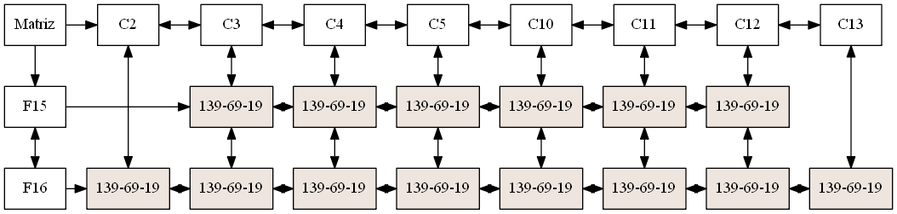
Eduardo01004/EDD_2S2019_PY1_201612124 keeps this Graphviz diagram as Proyecto1/Matriz.png. Above is the earlier version. Its source is kept beside it as Proyecto1/Matriz.dot.
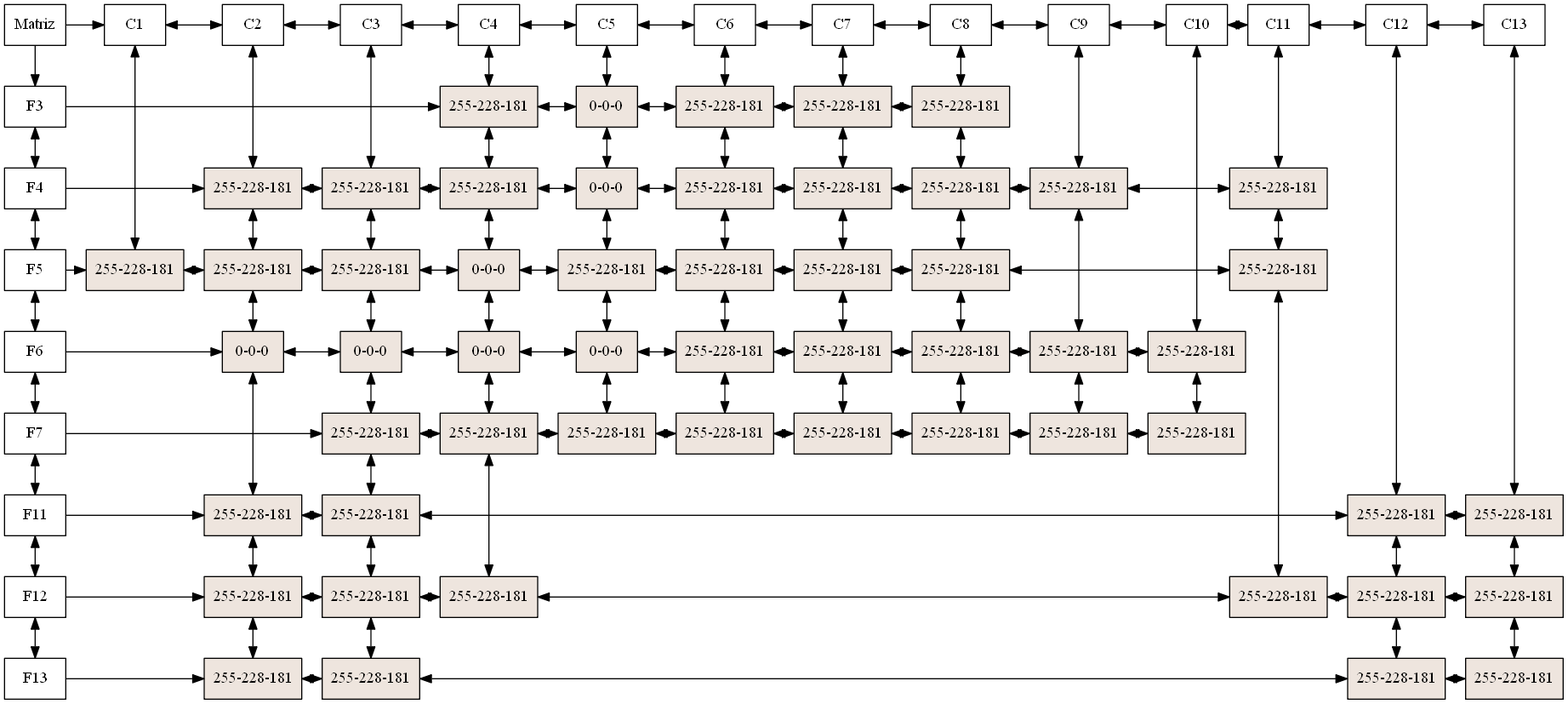
After the change.

What changed in the source:
```diff
@@ -1,69 +1,217 @@
 digraph G{
 node [shape = box]
 raiz[label="Matriz"  group=1];
-12571472 [label="F15" group = 1];
-12571632 [label="F16" group = 1];
-12571472->12571632[dir=both];
-12571504 [label="C2" group = 4];
-12571120 [label="C3" group = 5];
-12571696 [label="C4" group = 6];
-12571248 [label="C5" group = 7];
-12571280 [label="C10" group = 12];
-12571408 [label="C11" group = 13];
-12571440 [label="C12" group = 14];
-12571568 [label="C13" group = 15];
-12571504->12571120[dir=both];
-12571120->12571696[dir=both];
-12571696->12571248[dir=both];
-12571248->12571280[dir=both];
-12571280->12571408[dir=both];
-12571408->12571440[dir=both];
-12571440->12571568[dir=both];
-raiz -> 12571472;
-raiz -> 12571504;
-{ rank  = same; raiz 12571504; 12571120; 12571696; 12571248; 12571280; 12571408; 12571440; 12571568; }
-12574288 [style=filled,fillcolor=seashell2,label= "139-69-19" group = 4 ];
-12574680 [style=filled,fillcolor=seashell2,label= "139-69-19" group = 5 ];
-12575464 [style=filled,fillcolor=seashell2,label= "139-69-19" group = 5 ];
-12574400 [style=filled,fillcolor=seashell2,label= "139-69-19" group = 6 ];
-12575688 [style=filled,fillcolor=seashell2,label= "139-69-19" group = 6 ];
-12574120 [style=filled,fillcolor=seashell2,label= "139-69-19" group = 7 ];
-12575296 [style=filled,fillcolor=seashell2,label= "139-69-19" group = 7 ];
-12574624 [style=filled,fillcolor=seashell2,label= "139-69-19" group = 12 ];
-12574960 [style=filled,fillcolor=seashell2,label= "139-69-19" group = 12 ];
-12574232 [style=filled,fillcolor=seashell2,label= "139-69-19" group = 13 ];
-12574848 [style=filled,fillcolor=seashell2,label= "139-69-19" group = 13 ];
-12574736 [style=filled,fillcolor=seashell2,label= "139-69-19" group = 14 ];
-12574512 [style=filled,fillcolor=seashell2,label= "139-69-19" group = 14 ];
-12575016 [style=filled,fillcolor=seashell2,label= "139-69-19" group = 15 ];
-12571472->12574680;
-12574680->12574400[dir=both];
-12574400->12574120[dir=both];
-12574120->12574624[dir=both];
-12574624->12574232[dir=both];
-12574232->12574736[dir=both];
-{ rank = same; 12571472; 12574680; 12574400; 12574120; 12574624; 12574232; 12574736; }
-12571632->12574288;
-12574288->12575464[dir=both];
-12575464->12575688[dir=both];
-12575688->12575296[dir=both];
-12575296->12574960[dir=both];
-12574960->12574848[dir=both];
-12574848->12574512[dir=both];
-12574512->12575016[dir=both];
-{ rank = same; 12571632; 12574288; 12575464; 12575688; 12575296; 12574960; 12574848; 12574512; 12575016; }
-12571504->12574288[dir=both];
-12571120->12574680[dir=both];
-12574680->12575464[dir=both];
-12571696->12574400[dir=both];
-12574400->12575688[dir=both];
-12571248->12574120[dir=both];
-12574120->12575296[dir=both];
-12571280->12574624[dir=both];
-12574624->12574960[dir=both];
-12571408->12574232[dir=both];
-12574232->12574848[dir=both];
-12571440->12574736[dir=both];
-12574736->12574512[dir=both];
-12571568->12575016[dir=both];
+11653080 [label="F3" group = 1];
+11652632 [label="F4" group = 1];
+11652472 [label="F5" group = 1];
+11652728 [label="F6" group = 1];
+11652952 [label="F7" group = 1];
+11652504 [label="F11" group = 1];
+11652536 [label="F12" group = 1];
+11652600 [label="F13" group = 1];
+11653080->11652632[dir=both];
+11652632->11652472[dir=both];
+11652472->11652728[dir=both];
+11652728->11652952[dir=both];
+11652952->11652504[dir=both];
+11652504->11652536[dir=both];
+11652536->11652600[dir=both];
+11652888 [label="C1" group = 3];
+11652824 [label="C2" group = 4];
+11652792 [label="C3" group = 5];
+11653368 [label="C4" group = 6];
+11652856 [label="C5" group = 7];
+11652760 [label="C6" group = 8];
+11652568 [label="C7" group = 9];
+11652984 [label="C8" group = 10];
+11653240 [label="C9" group = 11];
+11652664 [label="C10" group = 12];
+11652920 [label="C11" group = 13];
+11652696 [label="C12" group = 14];
+11654328 [label="C13" group = 15];
+11652888->11652824[dir=both];
+11652824->11652792[dir=both];
+11652792->11653368[dir=both];
+11653368->11652856[dir=both];
+11652856->11652760[dir=both];
+11652760->11652568[dir=both];
+11652568->11652984[dir=both];
+11652984->11653240[dir=both];
+11653240->11652664[dir=both];
+11652664->11652920[dir=both];
+11652920->11652696[dir=both];
+11652696->11654328[dir=both];
+raiz -> 11653080;
+raiz -> 11652888;
+{ rank  = same; raiz 11652888; 11652824; 11652792; 11653368; 11652856; 11652760; 11652568; 11652984; 11653240; 11652664; 11652920; 11652696; 11654328; }
+11660336 [style=filled,fillcolor=seashell2,label= "255-228-181" group = 3 ];
+11658600 [style=filled,fillcolor=seashell2,label= "255-228-181" group = 4 ];
+11659272 [style=filled,fillcolor=seashell2,label= "255-228-181" group = 4 ];
+11658656 [style=filled,fillcolor=seashell2,label= "0-0-0" group = 4 ];
+11659552 [style=filled,fillcolor=seashell2,label= "255-228-181" group = 4 ];
+11660448 [style=filled,fillcolor=seashell2,label= "255-228-181" group = 4 ];
+11660392 [style=filled,fillcolor=seashell2,label= "255-228-181" group = 4 ];
+11660168 [style=filled,fillcolor=seashell2,label= "255-228-181" group = 5 ];
+11659104 [style=filled,fillcolor=seashell2,label= "255-228-181" group = 5 ];
+11659160 [style=filled,fillcolor=seashell2,label= "0-0-0" group = 5 ];
+11659888 [style=filled,fillcolor=seashell2,label= "255-228-181" group = 5 ];
+11659496 [style=filled,fillcolor=seashell2,label= "255-228-181" group = 5 ];
+11659944 [style=filled,fillcolor=seashell2,label= "255-228-181" group = 5 ];
+11658544 [style=filled,fillcolor=seashell2,label= "255-228-181" group = 5 ];
+11660280 [style=filled,fillcolor=seashell2,label= "255-228-181" group = 6 ];
+11658768 [style=filled,fillcolor=seashell2,label= "255-228-181" group = 6 ];
+11658824 [style=filled,fillcolor=seashell2,label= "0-0-0" group = 6 ];
+11660112 [style=filled,fillcolor=seashell2,label= "0-0-0" group = 6 ];
+11659832 [style=filled,fillcolor=seashell2,label= "255-228-181" group = 6 ];
+11659048 [style=filled,fillcolor=seashell2,label= "255-228-181" group = 6 ];
+11658992 [style=filled,fillcolor=seashell2,label= "0-0-0" group = 7 ];
+11659720 [style=filled,fillcolor=seashell2,label= "0-0-0" group = 7 ];
+11659776 [style=filled,fillcolor=seashell2,label= "255-228-181" group = 7 ];
+11659384 [style=filled,fillcolor=seashell2,label= "0-0-0" group = 7 ];
+11659608 [style=filled,fillcolor=seashell2,label= "255-228-181" group = 7 ];
+11659440 [style=filled,fillcolor=seashell2,label= "255-228-181" group = 8 ];
+11659328 [style=filled,fillcolor=seashell2,label= "255-228-181" group = 8 ];
+11660000 [style=filled,fillcolor=seashell2,label= "255-228-181" group = 8 ];
+11659216 [style=filled,fillcolor=seashell2,label= "255-228-181" group = 8 ];
+11660056 [style=filled,fillcolor=seashell2,label= "255-228-181" group = 8 ];
+11658712 [style=filled,fillcolor=seashell2,label= "255-228-181" group = 9 ];
+11660224 [style=filled,fillcolor=seashell2,label= "255-228-181" group = 9 ];
+11659664 [style=filled,fillcolor=seashell2,label= "255-228-181" group = 9 ];
+11658880 [style=filled,fillcolor=seashell2,label= "255-228-181" group = 9 ];
+11658936 [style=filled,fillcolor=seashell2,label= "255-228-181" group = 9 ];
+11656768 [style=filled,fillcolor=seashell2,label= "255-228-181" group = 10 ];
+11657104 [style=filled,fillcolor=seashell2,label= "255-228-181" group = 10 ];
+11658336 [style=filled,fillcolor=seashell2,label= "255-228-181" group = 10 ];
+11658392 [style=filled,fillcolor=seashell2,label= "255-228-181" group = 10 ];
+11658280 [style=filled,fillcolor=seashell2,label= "255-228-181" group = 10 ];
+11658112 [style=filled,fillcolor=seashell2,label= "255-228-181" group = 11 ];
+11658224 [style=filled,fillcolor=seashell2,label= "255-228-181" group = 11 ];
+11656488 [style=filled,fillcolor=seashell2,label= "255-228-181" group = 11 ];
+11656880 [style=filled,fillcolor=seashell2,label= "255-228-181" group = 12 ];
+11658056 [style=filled,fillcolor=seashell2,label= "255-228-181" group = 12 ];
+11656824 [style=filled,fillcolor=seashell2,label= "255-228-181" group = 13 ];
+11657944 [style=filled,fillcolor=seashell2,label= "255-228-181" group = 13 ];
+11657048 [style=filled,fillcolor=seashell2,label= "255-228-181" group = 13 ];
+11657832 [style=filled,fillcolor=seashell2,label= "255-228-181" group = 14 ];
+11657384 [style=filled,fillcolor=seashell2,label= "255-228-181" group = 14 ];
+11657888 [style=filled,fillcolor=seashell2,label= "255-228-181" group = 14 ];
+11657328 [style=filled,fillcolor=seashell2,label= "255-228-181" group = 15 ];
+11656992 [style=filled,fillcolor=seashell2,label= "255-228-181" group = 15 ];
+11656712 [style=filled,fillcolor=seashell2,label= "255-228-181" group = 15 ];
+11653080->11660280;
+11660280->11658992[dir=both];
+11658992->11659440[dir=both];
+11659440->11658712[dir=both];
+11658712->11656768[dir=both];
+{ rank = same; 11653080; 11660280; 11658992; 11659440; 11658712; 11656768; }
+11652632->11658600;
+11658600->11660168[dir=both];
+11660168->11658768[dir=both];
+11658768->11659720[dir=both];
+11659720->11659328[dir=both];
+11659328->11660224[dir=both];
+11660224->11657104[dir=both];
+11657104->11658112[dir=both];
+11658112->11656824[dir=both];
+{ rank = same; 11652632; 11658600; 11660168; 11658768; 11659720; 11659328; 11660224; 11657104; 11658112; 11656824; }
+11652472->11660336;
+11660336->11659272[dir=both];
+11659272->11659104[dir=both];
+11659104->11658824[dir=both];
+11658824->11659776[dir=both];
+11659776->11660000[dir=both];
+11660000->11659664[dir=both];
+11659664->11658336[dir=both];
+11658336->11657944[dir=both];
+{ rank = same; 11652472; 11660336; 11659272; 11659104; 11658824; 11659776; 11660000; 11659664; 11658336; 11657944; }
+11652728->11658656;
+11658656->11659160[dir=both];
+11659160->11660112[dir=both];
+11660112->11659384[dir=both];
+11659384->11659216[dir=both];
+11659216->11658880[dir=both];
+11658880->11658392[dir=both];
+11658392->11658224[dir=both];
+11658224->11656880[dir=both];
+{ rank = same; 11652728; 11658656; 11659160; 11660112; 11659384; 11659216; 11658880; 11658392; 11658224; 11656880; }
+11652952->11659888;
+11659888->11659832[dir=both];
+11659832->11659608[dir=both];
+11659608->11660056[dir=both];
+11660056->11658936[dir=both];
+11658936->11658280[dir=both];
+11658280->11656488[dir=both];
+11656488->11658056[dir=both];
+{ rank = same; 11652952; 11659888; 11659832; 11659608; 11660056; 11658936; 11658280; 11656488; 11658056; }
+11652504->11659552;
+11659552->11659496[dir=both];
+11659496->11657832[dir=both];
+11657832->11657328[dir=both];
+{ rank = same; 11652504; 11659552; 11659496; 11657832; 11657328; }
+11652536->11660448;
+11660448->11659944[dir=both];
+11659944->11659048[dir=both];
+11659048->11657048[dir=both];
+11657048->11657384[dir=both];
+11657384->11656992[dir=both];
+{ rank = same; 11652536; 11660448; 11659944; 11659048; 11657048; 11657384; 11656992; }
+11652600->11660392;
+11660392->11658544[dir=both];
+11658544->11657888[dir=both];
+11657888->11656712[dir=both];
+{ rank = same; 11652600; 11660392; 11658544; 11657888; 11656712; }
+11652888->11660336[dir=both];
+11652824->11658600[dir=both];
+11658600->11659272[dir=both];
+11659272->11658656[dir=both];
+11658656->11659552[dir=both];
+11659552->11660448[dir=both];
+11660448->11660392[dir=both];
+11652792->11660168[dir=both];
+11660168->11659104[dir=both];
+11659104->11659160[dir=both];
+11659160->11659888[dir=both];
+11659888->11659496[dir=both];
+11659496->11659944[dir=both];
+11659944->11658544[dir=both];
+11653368->11660280[dir=both];
+11660280->11658768[dir=both];
+11658768->11658824[dir=both];
+11658824->11660112[dir=both];
+11660112->11659832[dir=both];
+11659832->11659048[dir=both];
+11652856->11658992[dir=both];
+11658992->11659720[dir=both];
+11659720->11659776[dir=both];
+11659776->11659384[dir=both];
+11659384->11659608[dir=both];
+11652760->11659440[dir=both];
+11659440->11659328[dir=both];
+11659328->11660000[dir=both];
+11660000->11659216[dir=both];
+11659216->11660056[dir=both];
+11652568->11658712[dir=both];
+11658712->11660224[dir=both];
+11660224->11659664[dir=both];
+11659664->11658880[dir=both];
+11658880->11658936[dir=both];
+11652984->11656768[dir=both];
+11656768->11657104[dir=both];
+11657104->11658336[dir=both];
+11658336->11658392[dir=both];
+11658392->11658280[dir=both];
+11653240->11658112[dir=both];
+11658112->11658224[dir=both];
+11658224->11656488[dir=both];
+11652664->11656880[dir=both];
+11656880->11658056[dir=both];
+11652920->11656824[dir=both];
+11656824->11657944[dir=both];
+11657944->11657048[dir=both];
+11652696->11657832[dir=both];
+11657832->11657384[dir=both];
+11657384->11657888[dir=both];
+11654328->11657328[dir=both];
+11657328->11656992[dir=both];
+11656992->11656712[dir=both];
 }
```
